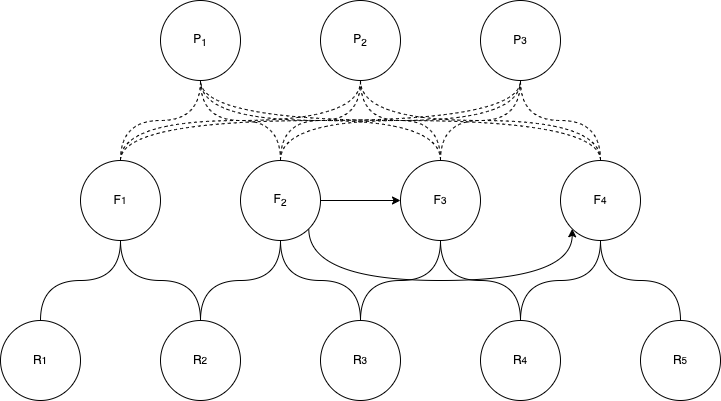
The draw.io diagram publication_2/images/graph.png in Dambr/yewking, before a commit. Source tidied: cells renumbered, new cells last; positions are measured from the earlier drawing's top-left corner, leaving out a move shared by most shapes.
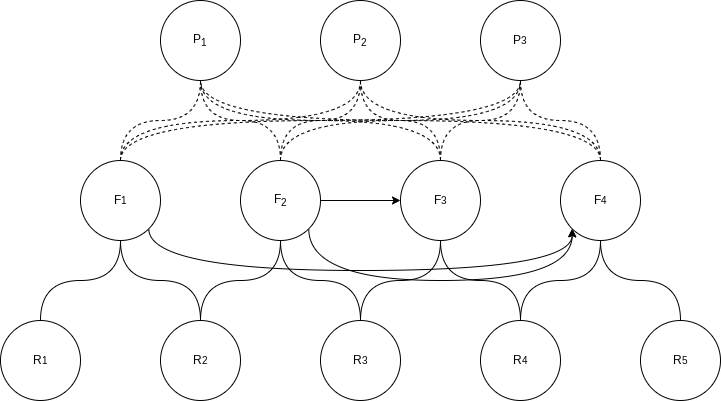
After the commit.

The edit, as a diff of the source:
```diff
@@ -43,6 +43,14 @@
     <mxCell id="13" style="edgeStyle=orthogonalEdgeStyle;curved=1;rounded=0;jettySize=auto;html=1;exitX=0.5;exitY=0;exitDx=0;exitDy=0;entryX=0.5;entryY=1;entryDx=0;entryDy=0;elbow=vertical;endArrow=none;endFill=0;dashed=1;" parent="1" edge="1" source="14" target="4">
       <mxGeometry relative="1" as="geometry" />
     </mxCell>
+    <mxCell id="36" style="edgeStyle=orthogonalEdgeStyle;curved=1;rounded=0;jettySize=auto;html=1;exitX=1;exitY=1;exitDx=0;exitDy=0;entryX=0;entryY=1;entryDx=0;entryDy=0;" parent="1" edge="1" source="14" target="22">
+      <mxGeometry relative="1" as="geometry">
+        <Array as="points">
+          <mxPoint x="148" y="270" />
+          <mxPoint x="572" y="270" />
+        </Array>
+      </mxGeometry>
+    </mxCell>
     <mxCell id="14" value="F&lt;span style=&quot;font-size: 10px;&quot;&gt;1&lt;/span&gt;" style="ellipse;whiteSpace=wrap;html=1;" parent="1" vertex="1">
       <mxGeometry x="80" y="160" width="80" height="80" as="geometry" />
     </mxCell>
```
